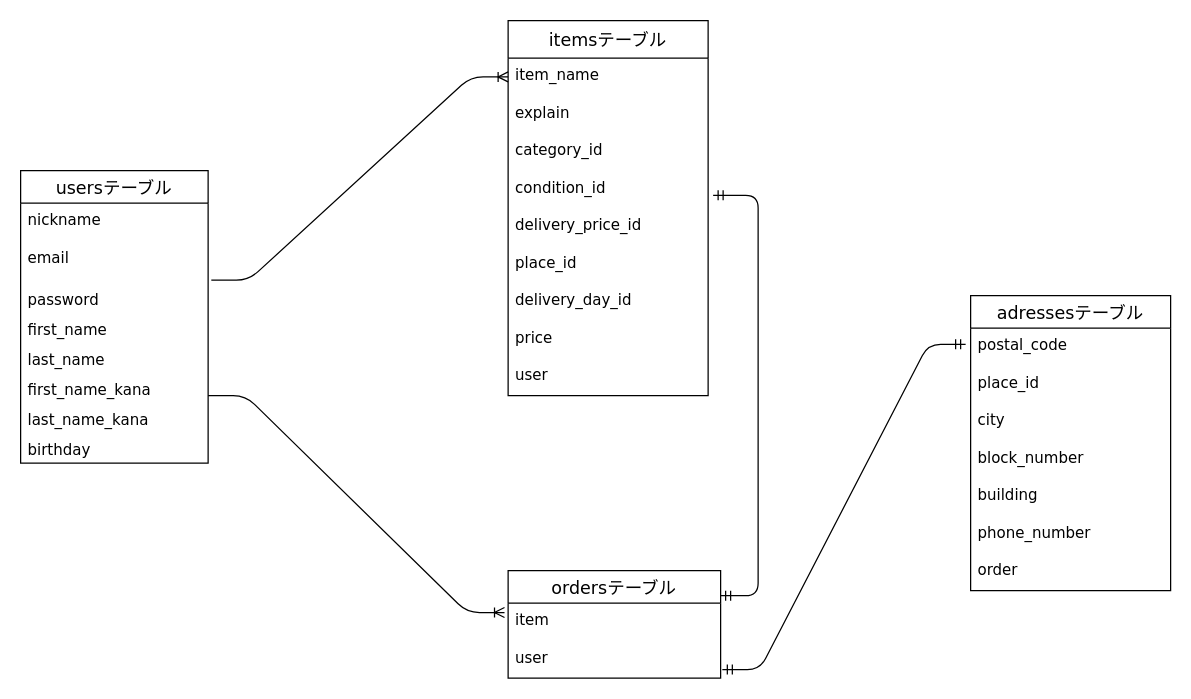
kanako-s2222/furima-39793 keeps this draw.io diagram as test.dio. Above is the earlier version. Source tidied: cells renumbered, new cells numbered last; positions are measured from the earlier drawing's top-left corner, leaving out a move shared by most shapes. Both pictures are drawn from the tidied source at 125%, with x=0, y=0 at pixel (20, 20).
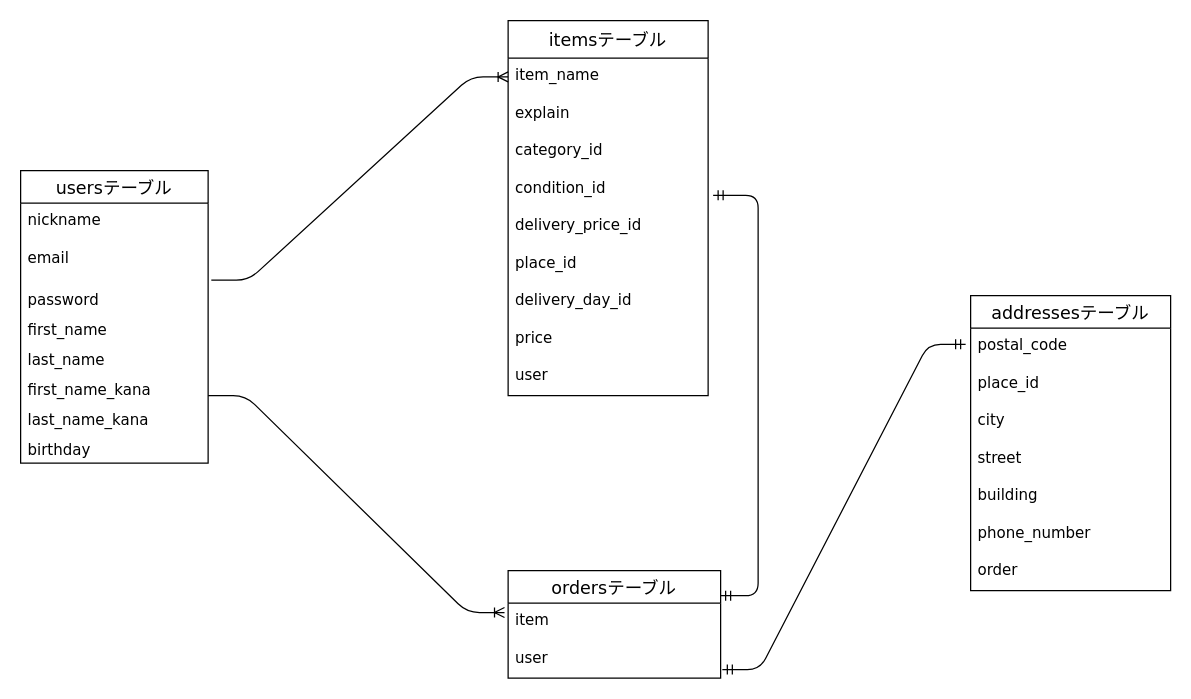
The same page after the edit.

Diff of the diagram source:
```diff
@@
-    <mxCell id="25" value="adressesテーブル" style="swimlane;fontStyle=0;horizontal=1;startSize=26;align=center;fontSize=14;rounded=0;hachureGap=4;strokeColor=default;fontFamily=Verdana;fillColor=none;" parent="1" vertex="1">
+    <mxCell id="25" value="addressesテーブル" style="swimlane;fontStyle=0;horizontal=1;startSize=26;align=center;fontSize=14;rounded=0;hachureGap=4;strokeColor=default;fontFamily=Verdana;fillColor=none;" parent="1" vertex="1">
       <mxGeometry x="760" y="220" width="160" height="236" as="geometry" />
     </mxCell>
@@
-    <mxCell id="29" value="block_number" style="text;strokeColor=none;fillColor=none;spacingLeft=4;spacingRight=4;overflow=hidden;fontSize=12;rounded=0;hachureGap=4;fontFamily=Verdana;" parent="25" vertex="1">
+    <mxCell id="29" value="street" style="text;strokeColor=none;fillColor=none;spacingLeft=4;spacingRight=4;overflow=hidden;fontSize=12;rounded=0;hachureGap=4;fontFamily=Verdana;" parent="25" vertex="1">
       <mxGeometry y="116" width="160" height="30" as="geometry" />
     </mxCell>
```
